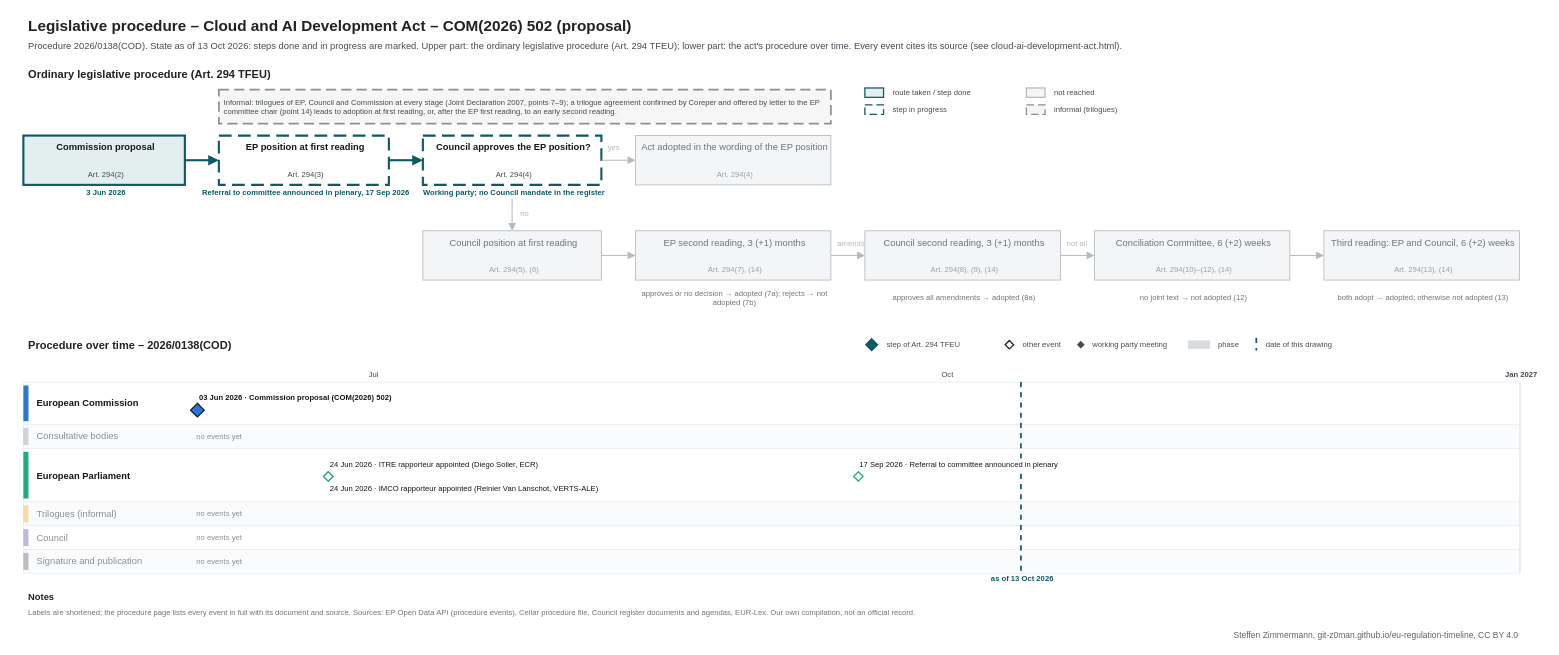
Above: procedures/cloud-ai-development-act.drawio in git-z0man/eu-regulation-timeline (draw.io), before the change. Source tidied: cells renumbered, new cells numbered last; positions are measured from the earlier drawing's top-left corner, leaving out a move shared by most shapes. Both pictures are drawn from the tidied source at 85%, with x=0, y=0 at pixel (14, 14).
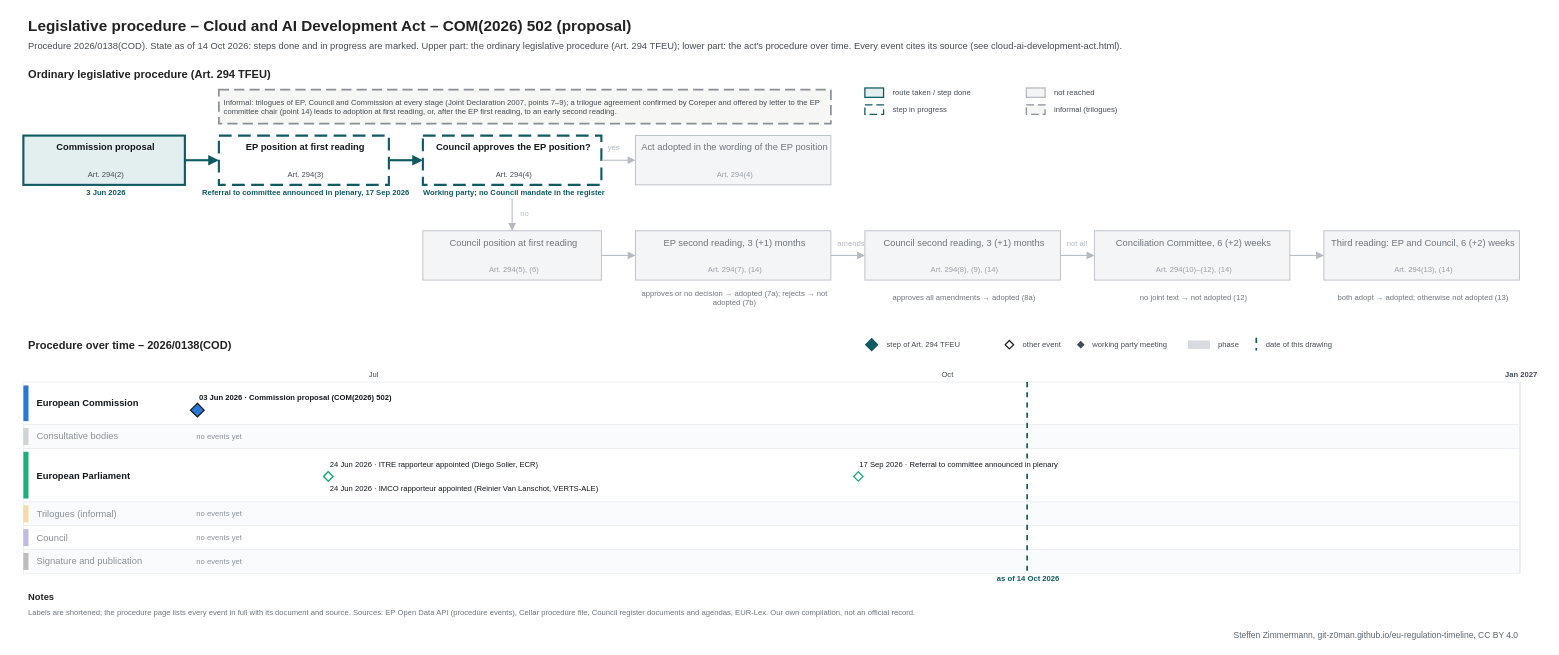
Above is the later version.

The edit, as a diff of the source:
```diff
@@
-    <mxCell id="3" value="Procedure 2026/0138(COD). State as of 13 Oct 2026: steps done and in progress are marked. Upper part: the ordinary legislative procedure (Art. 294 TFEU); lower part: the act's procedure over time. Every event cites its source (see cloud-ai-development-act.html)." style="text;html=1;fontSize=11;fontColor=#454c53;align=left;verticalAlign=middle;spacingLeft=4;" parent="1" vertex="1">
+    <mxCell id="3" value="Procedure 2026/0138(COD). State as of 14 Oct 2026: steps done and in progress are marked. Upper part: the ordinary legislative procedure (Art. 294 TFEU); lower part: the act's procedure over time. Every event cites its source (see cloud-ai-development-act.html)." style="text;html=1;fontSize=11;fontColor=#454c53;align=left;verticalAlign=middle;spacingLeft=4;" parent="1" vertex="1">
       <mxGeometry x="10" y="28" width="1700" height="18" as="geometry" />
     </mxCell>
@@
     <mxCell id="105" style="line;html=1;strokeWidth=2;strokeColor=#0f5a63;direction=south;dashed=1;" parent="1" vertex="1">
-      <mxGeometry x="1183.1" y="432" width="1" height="225" as="geometry" />
+      <mxGeometry x="1190.4" y="432" width="1" height="225" as="geometry" />
     </mxCell>
-    <mxCell id="106" value="as of 13 Oct 2026" style="text;html=1;fontSize=9;fontColor=#0f5a63;align=center;verticalAlign=middle;spacingLeft=4;fontStyle=1;" parent="1" vertex="1">
-      <mxGeometry x="1123.1" y="658" width="120" height="12" as="geometry" />
+    <mxCell id="106" value="as of 14 Oct 2026" style="text;html=1;fontSize=9;fontColor=#0f5a63;align=center;verticalAlign=middle;spacingLeft=4;fontStyle=1;" parent="1" vertex="1">
+      <mxGeometry x="1130.4" y="658" width="120" height="12" as="geometry" />
     </mxCell>
```
